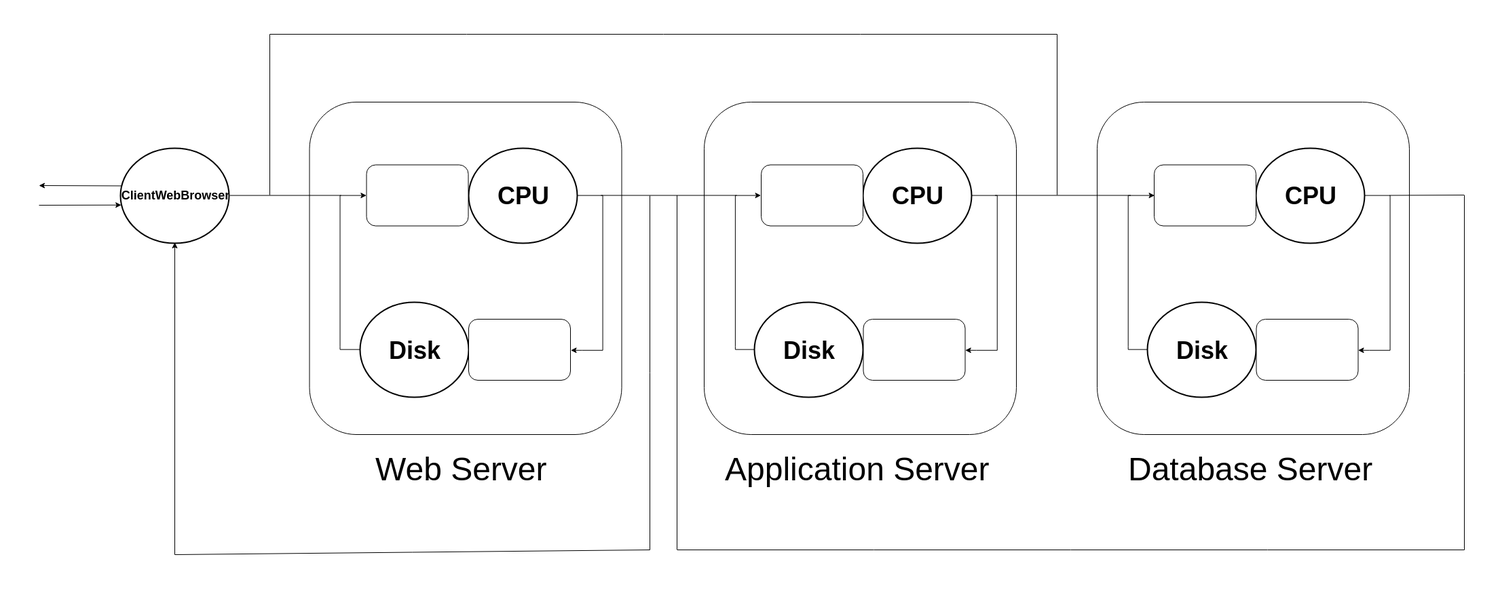
gabrielfern/projeto_de_simulacao_adsd keeps this draw.io diagram as diagram.png. Above is the earlier version. Source tidied: cells renumbered, new cells last; positions are measured from the earlier drawing's top-left corner, leaving out a move shared by most shapes. Source of this version:
```xml
<mxGraphModel>
  <root>
    <mxCell id="0" />
    <mxCell id="1" parent="0" />
    <mxCell id="2" style="rounded=1;whiteSpace=wrap;html=1;" parent="1" vertex="1">
      <mxGeometry x="398.5" y="100" width="460" height="490" as="geometry" />
    </mxCell>
    <mxCell id="3" style="edgeStyle=orthogonalEdgeStyle;rounded=0;jettySize=auto;html=1;entryX=1;entryY=0.515;entryDx=0;entryDy=0;entryPerimeter=0;exitX=1;exitY=0.5;exitDx=0;exitDy=0;exitPerimeter=0;" parent="1" edge="1" source="14" target="17">
      <mxGeometry relative="1" as="geometry">
        <Array as="points">
          <mxPoint x="830" y="237" />
          <mxPoint x="830" y="466" />
          <mxPoint x="800" y="466" />
        </Array>
      </mxGeometry>
    </mxCell>
    <mxCell id="4" value="&lt;font style=&quot;font-size: 48px&quot;&gt;Web Server&lt;/font&gt;&lt;br&gt;" style="text;html=1;align=left;verticalAlign=top;spacingTop=-4;" parent="1" vertex="1">
      <mxGeometry x="493.5" y="610" width="270" height="30" as="geometry" />
    </mxCell>
    <mxCell id="5" value="&lt;font style=&quot;font-size: 48px&quot;&gt;Application Server&lt;/font&gt;&lt;br&gt;" style="text;html=1;align=left;verticalAlign=top;spacingTop=-4;" parent="1" vertex="1">
      <mxGeometry x="1009" y="610" width="410" height="30" as="geometry" />
    </mxCell>
    <mxCell id="6" value="&lt;font style=&quot;font-size: 48px&quot;&gt;Database Server&lt;/font&gt;&lt;br&gt;" style="text;html=1;align=left;verticalAlign=top;spacingTop=-4;" parent="1" vertex="1">
      <mxGeometry x="1603.5" y="610" width="380" height="30" as="geometry" />
    </mxCell>
    <mxCell id="7" style="edgeStyle=orthogonalEdgeStyle;rounded=0;jettySize=auto;html=1;exitX=0;exitY=0.5;exitDx=0;exitDy=0;exitPerimeter=0;entryX=0;entryY=0.5;entryDx=0;entryDy=0;" parent="1" edge="1" source="16" target="15">
      <mxGeometry relative="1" as="geometry">
        <Array as="points">
          <mxPoint x="444" y="460" />
          <mxPoint x="444" y="238" />
          <mxPoint x="473" y="238" />
        </Array>
      </mxGeometry>
    </mxCell>
    <mxCell id="8" value="&lt;span&gt;&lt;b&gt;&lt;font style=&quot;font-size: 18px&quot;&gt;ClientWebBrowser&lt;/font&gt;&lt;/b&gt;&lt;/span&gt;" style="strokeWidth=2;html=1;shape=mxgraph.flowchart.start_2;whiteSpace=wrap;" parent="1" vertex="1">
      <mxGeometry x="120" y="167.5" width="160" height="140" as="geometry" />
    </mxCell>
    <mxCell id="9" style="endArrow=none;html=1;" parent="1" edge="1">
      <mxGeometry relative="1" as="geometry">
        <mxPoint x="200" y="767" as="sourcePoint" />
        <mxPoint x="900" y="760" as="targetPoint" />
      </mxGeometry>
    </mxCell>
    <mxCell id="10" style="endArrow=classic;html=1;entryX=0.5;entryY=1;entryDx=0;entryDy=0;entryPerimeter=0;" parent="1" edge="1" target="8">
      <mxGeometry relative="1" as="geometry">
        <mxPoint x="200" y="767" as="sourcePoint" />
      </mxGeometry>
    </mxCell>
    <mxCell id="11" style="endArrow=classic;html=1;entryX=0.006;entryY=0.6;entryDx=0;entryDy=0;entryPerimeter=0;" parent="1" edge="1" target="8">
      <mxGeometry relative="1" as="geometry">
        <mxPoint y="252" as="sourcePoint" />
      </mxGeometry>
    </mxCell>
    <mxCell id="12" style="endArrow=classic;html=1;exitX=0.012;exitY=0.396;exitDx=0;exitDy=0;exitPerimeter=0;" parent="1" edge="1" source="8">
      <mxGeometry relative="1" as="geometry">
        <mxPoint y="223" as="targetPoint" />
      </mxGeometry>
    </mxCell>
    <mxCell id="13" style="endArrow=none;html=1;" parent="1" edge="1">
      <mxGeometry relative="1" as="geometry">
        <mxPoint x="2100" y="760" as="sourcePoint" />
        <mxPoint x="940" y="760" as="targetPoint" />
      </mxGeometry>
    </mxCell>
    <mxCell id="14" value="&lt;font style=&quot;font-size: 36px&quot;&gt;&lt;b&gt;CPU&lt;/b&gt;&lt;/font&gt;" style="strokeWidth=2;html=1;shape=mxgraph.flowchart.start_2;whiteSpace=wrap;" parent="1" vertex="1">
      <mxGeometry x="632.5" y="167.5" width="160" height="140" as="geometry" />
    </mxCell>
    <mxCell id="15" style="rounded=1;whiteSpace=wrap;html=1;" parent="1" vertex="1">
      <mxGeometry x="482.5" y="192.5" width="150" height="90" as="geometry" />
    </mxCell>
    <mxCell id="16" value="&lt;font style=&quot;font-size: 36px&quot;&gt;&lt;b&gt;Disk&lt;br&gt;&lt;/b&gt;&lt;/font&gt;" style="strokeWidth=2;html=1;shape=mxgraph.flowchart.start_2;whiteSpace=wrap;" parent="1" vertex="1">
      <mxGeometry x="472.5" y="395" width="160" height="140" as="geometry" />
    </mxCell>
    <mxCell id="17" style="rounded=1;whiteSpace=wrap;html=1;" parent="1" vertex="1">
      <mxGeometry x="633" y="420" width="150" height="90" as="geometry" />
    </mxCell>
    <mxCell id="18" style="rounded=1;whiteSpace=wrap;html=1;" parent="1" vertex="1">
      <mxGeometry x="980" y="100" width="460" height="490" as="geometry" />
    </mxCell>
    <mxCell id="19" style="edgeStyle=orthogonalEdgeStyle;rounded=0;jettySize=auto;html=1;entryX=1;entryY=0.515;entryDx=0;entryDy=0;entryPerimeter=0;exitX=1;exitY=0.5;exitDx=0;exitDy=0;exitPerimeter=0;" parent="1" edge="1" source="21" target="24">
      <mxGeometry relative="1" as="geometry">
        <Array as="points">
          <mxPoint x="1411.5" y="237" />
          <mxPoint x="1411.5" y="466" />
          <mxPoint x="1381.5" y="466" />
        </Array>
      </mxGeometry>
    </mxCell>
    <mxCell id="20" style="edgeStyle=orthogonalEdgeStyle;rounded=0;jettySize=auto;html=1;exitX=0;exitY=0.5;exitDx=0;exitDy=0;exitPerimeter=0;entryX=0;entryY=0.5;entryDx=0;entryDy=0;" parent="1" edge="1" source="23" target="22">
      <mxGeometry relative="1" as="geometry">
        <Array as="points">
          <mxPoint x="1025.5" y="460" />
          <mxPoint x="1025.5" y="238" />
          <mxPoint x="1054.5" y="238" />
        </Array>
      </mxGeometry>
    </mxCell>
    <mxCell id="21" value="&lt;font style=&quot;font-size: 36px&quot;&gt;&lt;b&gt;CPU&lt;/b&gt;&lt;/font&gt;" style="strokeWidth=2;html=1;shape=mxgraph.flowchart.start_2;whiteSpace=wrap;" parent="1" vertex="1">
      <mxGeometry x="1214" y="167.5" width="160" height="140" as="geometry" />
    </mxCell>
    <mxCell id="22" style="rounded=1;whiteSpace=wrap;html=1;" parent="1" vertex="1">
      <mxGeometry x="1064" y="192.5" width="150" height="90" as="geometry" />
    </mxCell>
    <mxCell id="23" value="&lt;font style=&quot;font-size: 36px&quot;&gt;&lt;b&gt;Disk&lt;br&gt;&lt;/b&gt;&lt;/font&gt;" style="strokeWidth=2;html=1;shape=mxgraph.flowchart.start_2;whiteSpace=wrap;" parent="1" vertex="1">
      <mxGeometry x="1054" y="395" width="160" height="140" as="geometry" />
    </mxCell>
    <mxCell id="24" style="rounded=1;whiteSpace=wrap;html=1;" parent="1" vertex="1">
      <mxGeometry x="1214.5" y="420" width="150" height="90" as="geometry" />
    </mxCell>
    <mxCell id="25" style="rounded=1;whiteSpace=wrap;html=1;" parent="1" vertex="1">
      <mxGeometry x="1559" y="100" width="460" height="490" as="geometry" />
    </mxCell>
    <mxCell id="26" style="edgeStyle=orthogonalEdgeStyle;rounded=0;jettySize=auto;html=1;entryX=1;entryY=0.515;entryDx=0;entryDy=0;entryPerimeter=0;exitX=1;exitY=0.5;exitDx=0;exitDy=0;exitPerimeter=0;" parent="1" edge="1" source="28" target="31">
      <mxGeometry relative="1" as="geometry">
        <Array as="points">
          <mxPoint x="1990.5" y="237" />
          <mxPoint x="1990.5" y="466" />
          <mxPoint x="1960.5" y="466" />
        </Array>
      </mxGeometry>
    </mxCell>
    <mxCell id="27" style="edgeStyle=orthogonalEdgeStyle;rounded=0;jettySize=auto;html=1;exitX=0;exitY=0.5;exitDx=0;exitDy=0;exitPerimeter=0;entryX=0;entryY=0.5;entryDx=0;entryDy=0;" parent="1" edge="1" source="30" target="29">
      <mxGeometry relative="1" as="geometry">
        <Array as="points">
          <mxPoint x="1604.5" y="460" />
          <mxPoint x="1604.5" y="238" />
          <mxPoint x="1633.5" y="238" />
        </Array>
      </mxGeometry>
    </mxCell>
    <mxCell id="28" value="&lt;font style=&quot;font-size: 36px&quot;&gt;&lt;b&gt;CPU&lt;/b&gt;&lt;/font&gt;" style="strokeWidth=2;html=1;shape=mxgraph.flowchart.start_2;whiteSpace=wrap;" parent="1" vertex="1">
      <mxGeometry x="1793" y="167.5" width="160" height="140" as="geometry" />
    </mxCell>
    <mxCell id="29" style="rounded=1;whiteSpace=wrap;html=1;" parent="1" vertex="1">
      <mxGeometry x="1643" y="192.5" width="150" height="90" as="geometry" />
    </mxCell>
    <mxCell id="30" value="&lt;font style=&quot;font-size: 36px&quot;&gt;&lt;b&gt;Disk&lt;br&gt;&lt;/b&gt;&lt;/font&gt;" style="strokeWidth=2;html=1;shape=mxgraph.flowchart.start_2;whiteSpace=wrap;" parent="1" vertex="1">
      <mxGeometry x="1633" y="395" width="160" height="140" as="geometry" />
    </mxCell>
    <mxCell id="31" style="rounded=1;whiteSpace=wrap;html=1;" parent="1" vertex="1">
      <mxGeometry x="1793.5" y="420" width="150" height="90" as="geometry" />
    </mxCell>
    <mxCell id="32" style="endArrow=none;html=1;" parent="1" edge="1">
      <mxGeometry relative="1" as="geometry">
        <mxPoint x="1408.5" y="237.5" as="sourcePoint" />
        <mxPoint x="1608.5" y="237.5" as="targetPoint" />
      </mxGeometry>
    </mxCell>
    <mxCell id="33" style="endArrow=none;html=1;" parent="1" edge="1">
      <mxGeometry relative="1" as="geometry">
        <mxPoint x="828" y="237.5" as="sourcePoint" />
        <mxPoint x="1028" y="237.5" as="targetPoint" />
      </mxGeometry>
    </mxCell>
    <mxCell id="34" style="endArrow=none;html=1;" parent="1" edge="1">
      <mxGeometry relative="1" as="geometry">
        <mxPoint x="900" y="760" as="sourcePoint" />
        <mxPoint x="900" y="238" as="targetPoint" />
      </mxGeometry>
    </mxCell>
    <mxCell id="35" style="endArrow=none;html=1;exitX=1.006;exitY=0.504;exitDx=0;exitDy=0;exitPerimeter=0;" parent="1" edge="1" source="8">
      <mxGeometry relative="1" as="geometry">
        <mxPoint x="445" y="237.5" as="targetPoint" />
      </mxGeometry>
    </mxCell>
    <mxCell id="36" style="endArrow=none;html=1;" parent="1" edge="1">
      <mxGeometry relative="1" as="geometry">
        <mxPoint x="940" y="759.5" as="sourcePoint" />
        <mxPoint x="940" y="237.5" as="targetPoint" />
      </mxGeometry>
    </mxCell>
    <mxCell id="37" style="endArrow=none;html=1;" parent="1" edge="1">
      <mxGeometry relative="1" as="geometry">
        <mxPoint x="340" as="sourcePoint" />
        <mxPoint x="1500" as="targetPoint" />
      </mxGeometry>
    </mxCell>
    <mxCell id="38" style="endArrow=none;html=1;" parent="1" edge="1">
      <mxGeometry relative="1" as="geometry">
        <mxPoint x="340" y="237" as="sourcePoint" />
        <mxPoint x="340" as="targetPoint" />
      </mxGeometry>
    </mxCell>
    <mxCell id="39" style="endArrow=none;html=1;" parent="1" edge="1">
      <mxGeometry relative="1" as="geometry">
        <mxPoint x="1500" y="237" as="sourcePoint" />
        <mxPoint x="1500" as="targetPoint" />
      </mxGeometry>
    </mxCell>
    <mxCell id="40" style="endArrow=none;html=1;" parent="1" edge="1">
      <mxGeometry relative="1" as="geometry">
        <mxPoint x="1990" y="237.5" as="sourcePoint" />
        <mxPoint x="2100" y="237" as="targetPoint" />
      </mxGeometry>
    </mxCell>
    <mxCell id="41" style="endArrow=none;html=1;" parent="1" edge="1">
      <mxGeometry relative="1" as="geometry">
        <mxPoint x="2100" y="760" as="sourcePoint" />
        <mxPoint x="2100" y="237.5" as="targetPoint" />
      </mxGeometry>
    </mxCell>
  </root>
</mxGraphModel>
```
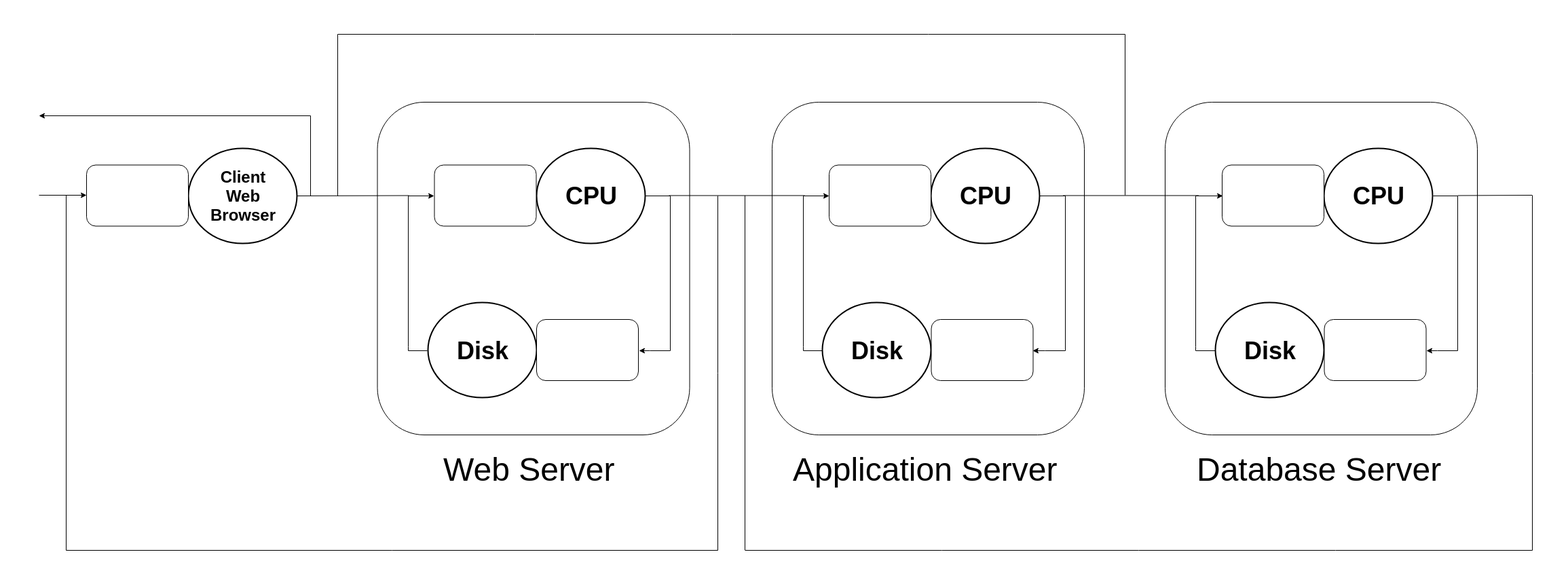
Later version of the same file.

Commit message:
new diagram and outputs

Change to the diagram source:
```diff
@@ -32,30 +32,21 @@
         </Array>
       </mxGeometry>
     </mxCell>
-    <mxCell id="8" value="&lt;span&gt;&lt;b&gt;&lt;font style=&quot;font-size: 18px&quot;&gt;ClientWebBrowser&lt;/font&gt;&lt;/b&gt;&lt;/span&gt;" style="strokeWidth=2;html=1;shape=mxgraph.flowchart.start_2;whiteSpace=wrap;" parent="1" vertex="1">
+    <mxCell id="8" value="&lt;span&gt;&lt;b&gt;&lt;font style=&quot;font-size: 24px&quot;&gt;Client&lt;br&gt;Web&lt;br&gt;Browser&lt;/font&gt;&lt;/b&gt;&lt;/span&gt;" style="strokeWidth=2;html=1;shape=mxgraph.flowchart.start_2;whiteSpace=wrap;" parent="1" vertex="1">
       <mxGeometry x="120" y="167.5" width="160" height="140" as="geometry" />
     </mxCell>
     <mxCell id="9" style="endArrow=none;html=1;" parent="1" edge="1">
       <mxGeometry relative="1" as="geometry">
-        <mxPoint x="200" y="767" as="sourcePoint" />
+        <mxPoint x="-60" y="760" as="sourcePoint" />
         <mxPoint x="900" y="760" as="targetPoint" />
       </mxGeometry>
     </mxCell>
-    <mxCell id="10" style="endArrow=classic;html=1;entryX=0.5;entryY=1;entryDx=0;entryDy=0;entryPerimeter=0;" parent="1" edge="1" target="8">
-      <mxGeometry relative="1" as="geometry">
-        <mxPoint x="200" y="767" as="sourcePoint" />
-      </mxGeometry>
-    </mxCell>
-    <mxCell id="11" style="endArrow=classic;html=1;entryX=0.006;entryY=0.6;entryDx=0;entryDy=0;entryPerimeter=0;" parent="1" edge="1" target="8">
+    <mxCell id="11" style="endArrow=classic;html=1;" parent="1" edge="1">
       <mxGeometry relative="1" as="geometry">
-        <mxPoint y="252" as="sourcePoint" />
+        <mxPoint x="-100" y="237" as="sourcePoint" />
+        <mxPoint x="-30" y="237" as="targetPoint" />
       </mxGeometry>
     </mxCell>
-    <mxCell id="12" style="endArrow=classic;html=1;exitX=0.012;exitY=0.396;exitDx=0;exitDy=0;exitPerimeter=0;" parent="1" edge="1" source="8">
-      <mxGeometry relative="1" as="geometry">
-        <mxPoint y="223" as="targetPoint" />
-      </mxGeometry>
-    </mxCell>
     <mxCell id="13" style="endArrow=none;html=1;" parent="1" edge="1">
       <mxGeometry relative="1" as="geometry">
         <mxPoint x="2100" y="760" as="sourcePoint" />
@@ -177,7 +168,7 @@
     </mxCell>
     <mxCell id="38" style="endArrow=none;html=1;" parent="1" edge="1">
       <mxGeometry relative="1" as="geometry">
-        <mxPoint x="340" y="237" as="sourcePoint" />
+        <mxPoint x="340" y="238" as="sourcePoint" />
         <mxPoint x="340" as="targetPoint" />
       </mxGeometry>
     </mxCell>
@@ -199,5 +190,23 @@
         <mxPoint x="2100" y="237.5" as="targetPoint" />
       </mxGeometry>
     </mxCell>
+    <mxCell id="42" style="rounded=1;whiteSpace=wrap;html=1;" parent="1" vertex="1">
+      <mxGeometry x="-30" y="192.5" width="150" height="90" as="geometry" />
+    </mxCell>
+    <mxCell id="43" style="endArrow=classic;html=1;rounded=0;" parent="1" edge="1">
+      <mxGeometry relative="1" as="geometry">
+        <mxPoint x="300" y="238" as="sourcePoint" />
+        <mxPoint x="-100" y="120" as="targetPoint" />
+        <Array as="points">
+          <mxPoint x="300" y="120" />
+        </Array>
+      </mxGeometry>
+    </mxCell>
+    <mxCell id="44" style="endArrow=none;html=1;" parent="1" edge="1">
+      <mxGeometry relative="1" as="geometry">
+        <mxPoint x="-60" y="760" as="sourcePoint" />
+        <mxPoint x="-60" y="237" as="targetPoint" />
+      </mxGeometry>
+    </mxCell>
   </root>
 </mxGraphModel>
```
